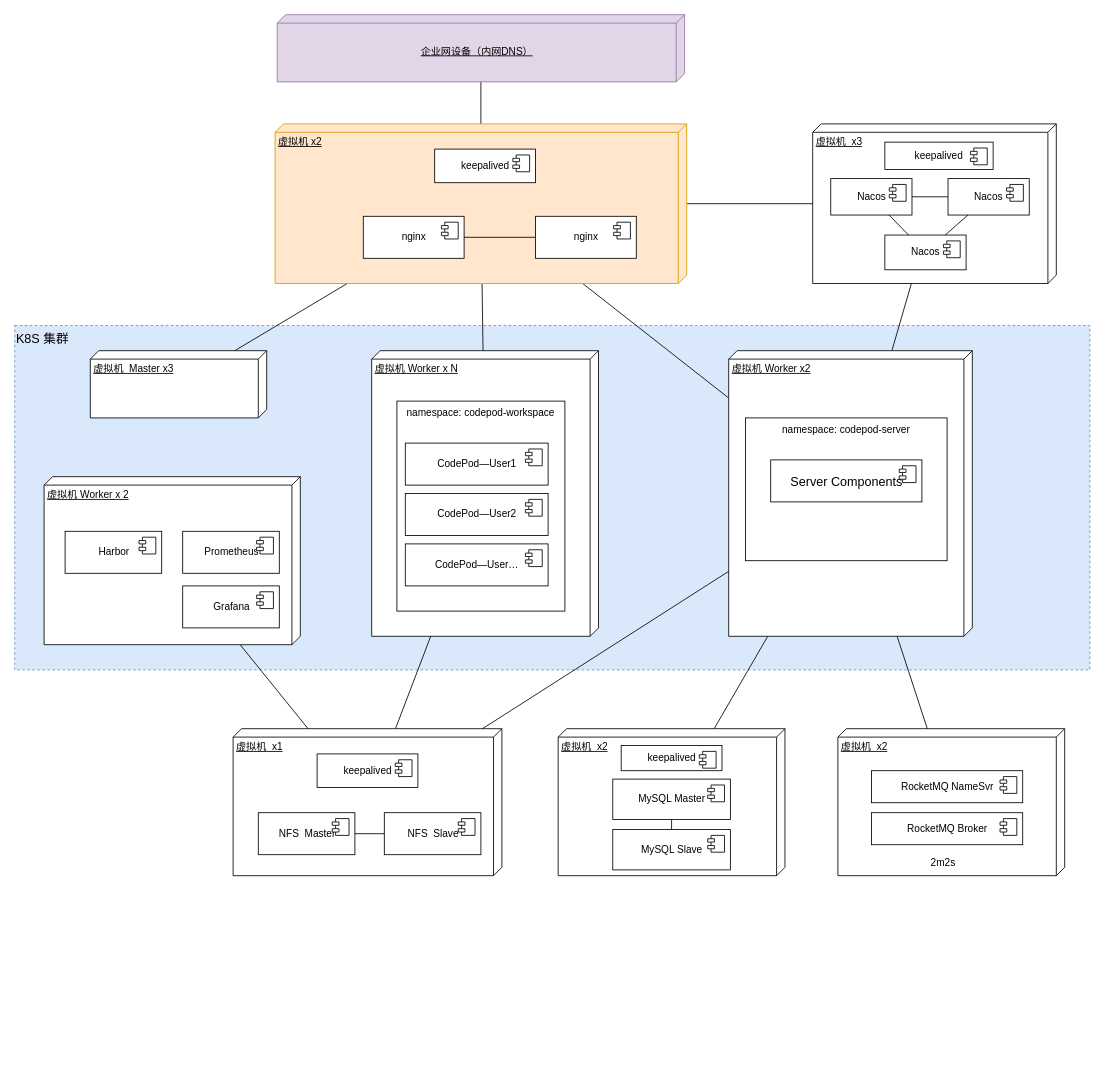
This is page "私有化环境" (2 of 3) of architecure/_design/04.deploy.drawio from codepodspace/docs, a draw.io file, before an edit. Source tidied: cells renumbered, new cells numbered last; positions are measured from the earlier drawing's top-left corner, leaving out a move shared by most shapes. Both pictures are drawn from the tidied source at 84%, with x=0, y=0 at pixel (14, 14).
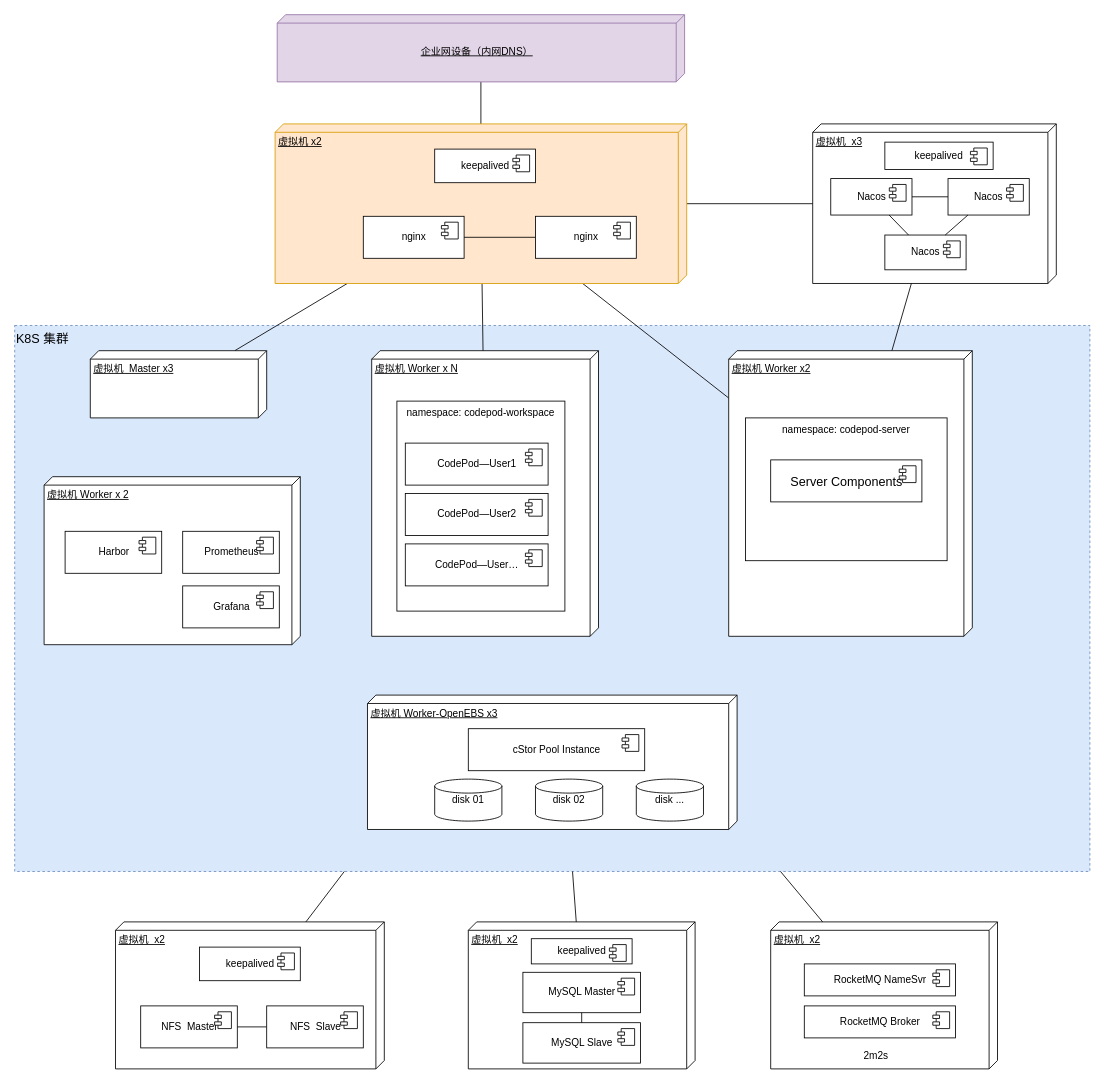
After the change.

Unchanged cells that the change refers to:
```xml
<mxCell id="20" value="虚拟机&amp;nbsp; x2" style="verticalAlign=top;align=left;spacingTop=8;spacingLeft=2;spacingRight=12;shape=cube;size=10;direction=south;fontStyle=4;html=1;" parent="19" vertex="1">
  <mxGeometry width="270" height="175" as="geometry" />
</mxCell>
<mxCell id="27" value="虚拟机 Worker x N" style="verticalAlign=top;align=left;spacingTop=8;spacingLeft=2;spacingRight=12;shape=cube;size=10;direction=south;fontStyle=4;html=1;" parent="26" vertex="1">
  <mxGeometry width="270" height="340" as="geometry" />
</mxCell>
<mxCell id="41" value="虚拟机&amp;nbsp; x2" style="verticalAlign=top;align=left;spacingTop=8;spacingLeft=2;spacingRight=12;shape=cube;size=10;direction=south;fontStyle=4;html=1;" parent="40" vertex="1">
  <mxGeometry width="270" height="175" as="geometry" />
</mxCell>
<mxCell id="63" value="虚拟机 Worker x2" style="verticalAlign=top;align=left;spacingTop=8;spacingLeft=2;spacingRight=12;shape=cube;size=10;direction=south;fontStyle=4;html=1;" parent="62" vertex="1">
  <mxGeometry width="290" height="340" as="geometry" />
</mxCell>
<mxCell id="68" value="虚拟机 Worker x 2" style="verticalAlign=top;align=left;spacingTop=8;spacingLeft=2;spacingRight=12;shape=cube;size=10;direction=south;fontStyle=4;html=1;" parent="1" vertex="1">
  <mxGeometry x="35" y="550" width="305" height="200" as="geometry" />
</mxCell>
```

What changed in the source:
```diff
@@
     <mxCell id="2" value="K8S 集群" style="rounded=0;whiteSpace=wrap;html=1;verticalAlign=top;align=left;fontSize=15;fillColor=#dae8fc;strokeColor=#6c8ebf;dashed=1;" parent="1" vertex="1">
-      <mxGeometry y="370" width="1280" height="410" as="geometry" />
+      <mxGeometry y="370" width="1280" height="650" as="geometry" />
     </mxCell>
@@
     <mxCell id="19" style="group;" parent="1" vertex="1">
-      <mxGeometry x="980" y="850" width="270" height="175" as="geometry" />
+      <mxGeometry x="900" y="1080" width="270" height="175" as="geometry" />
     </mxCell>
@@
     <mxCell id="40" style="group;" parent="1" vertex="1">
-      <mxGeometry x="647" y="850" width="270" height="175" as="geometry" />
+      <mxGeometry x="540" y="1080" width="270" height="175" as="geometry" />
     </mxCell>
@@
-    <mxCell id="49" style="edgeStyle=none;html=1;fontColor=none;endArrow=none;endFill=0;" parent="1" edge="1" source="54" target="27">
-      <mxGeometry relative="1" as="geometry" />
-    </mxCell>
-    <mxCell id="50" style="edgeStyle=none;html=1;fontColor=none;endArrow=none;endFill=0;" parent="1" edge="1" source="41" target="63">
-      <mxGeometry relative="1" as="geometry" />
-    </mxCell>
-    <mxCell id="51" style="edgeStyle=none;html=1;fontColor=none;endArrow=none;endFill=0;" parent="1" edge="1" source="20" target="63">
-      <mxGeometry relative="1" as="geometry" />
-    </mxCell>
@@
     <mxCell id="53" style="group;" parent="1" vertex="1">
-      <mxGeometry x="260" y="850" width="320" height="175" as="geometry" />
+      <mxGeometry x="120" y="1080" width="320" height="175" as="geometry" />
     </mxCell>
-    <mxCell id="54" value="虚拟机&amp;nbsp; x1" style="verticalAlign=top;align=left;spacingTop=8;spacingLeft=2;spacingRight=12;shape=cube;size=10;direction=south;fontStyle=4;html=1;" parent="53" vertex="1">
+    <mxCell id="54" value="虚拟机&amp;nbsp; x2" style="verticalAlign=top;align=left;spacingTop=8;spacingLeft=2;spacingRight=12;shape=cube;size=10;direction=south;fontStyle=4;html=1;" parent="53" vertex="1">
       <mxGeometry width="320" height="175" as="geometry" />
     </mxCell>
@@
-    <mxCell id="67" style="edgeStyle=none;html=1;fontSize=15;fontColor=none;endArrow=none;endFill=0;" parent="1" edge="1" source="68" target="54">
-      <mxGeometry relative="1" as="geometry" />
-    </mxCell>
@@
-    <mxCell id="75" style="edgeStyle=none;html=1;fontSize=15;fontColor=none;endArrow=none;endFill=0;" parent="1" edge="1" source="63" target="54">
-      <mxGeometry relative="1" as="geometry" />
-    </mxCell>
@@
+    <mxCell id="85" style="edgeStyle=none;html=1;endArrow=none;endFill=0;" parent="1" edge="1" source="54" target="2">
+      <mxGeometry relative="1" as="geometry" />
+    </mxCell>
+    <mxCell id="86" style="edgeStyle=none;html=1;endArrow=none;endFill=0;" parent="1" edge="1" source="41" target="2">
+      <mxGeometry relative="1" as="geometry" />
+    </mxCell>
+    <mxCell id="87" style="edgeStyle=none;html=1;endArrow=none;endFill=0;" parent="1" edge="1" source="20" target="2">
+      <mxGeometry relative="1" as="geometry" />
+    </mxCell>
+    <mxCell id="88" style="group;" parent="1" vertex="1">
+      <mxGeometry x="420" y="810" width="440" height="160" as="geometry" />
+    </mxCell>
+    <mxCell id="89" value="虚拟机 Worker-OpenEBS x3" style="verticalAlign=top;align=left;spacingTop=8;spacingLeft=2;spacingRight=12;shape=cube;size=10;direction=south;fontStyle=4;html=1;" parent="88" vertex="1">
+      <mxGeometry width="440" height="160" as="geometry" />
+    </mxCell>
+    <mxCell id="90" value="cStor Pool Instance" style="html=1;" parent="88" vertex="1">
+      <mxGeometry x="120" y="40" width="210" height="50" as="geometry" />
+    </mxCell>
+    <mxCell id="91" style="shape=module;jettyWidth=8;jettyHeight=4;" parent="90" vertex="1">
+      <mxGeometry x="1" width="20" height="20" relative="1" as="geometry">
+        <mxPoint x="-27" y="7" as="offset" />
+      </mxGeometry>
+    </mxCell>
+    <mxCell id="92" value="disk 01" style="strokeWidth=1;html=1;shape=mxgraph.flowchart.database;whiteSpace=wrap;verticalAlign=middle;" parent="88" vertex="1">
+      <mxGeometry x="80" y="100" width="80" height="50" as="geometry" />
+    </mxCell>
+    <mxCell id="93" value="disk 02" style="strokeWidth=1;html=1;shape=mxgraph.flowchart.database;whiteSpace=wrap;verticalAlign=middle;" parent="88" vertex="1">
+      <mxGeometry x="200" y="100" width="80" height="50" as="geometry" />
+    </mxCell>
+    <mxCell id="94" value="disk ..." style="strokeWidth=1;html=1;shape=mxgraph.flowchart.database;whiteSpace=wrap;verticalAlign=middle;" parent="88" vertex="1">
+      <mxGeometry x="320" y="100" width="80" height="50" as="geometry" />
+    </mxCell>
```
